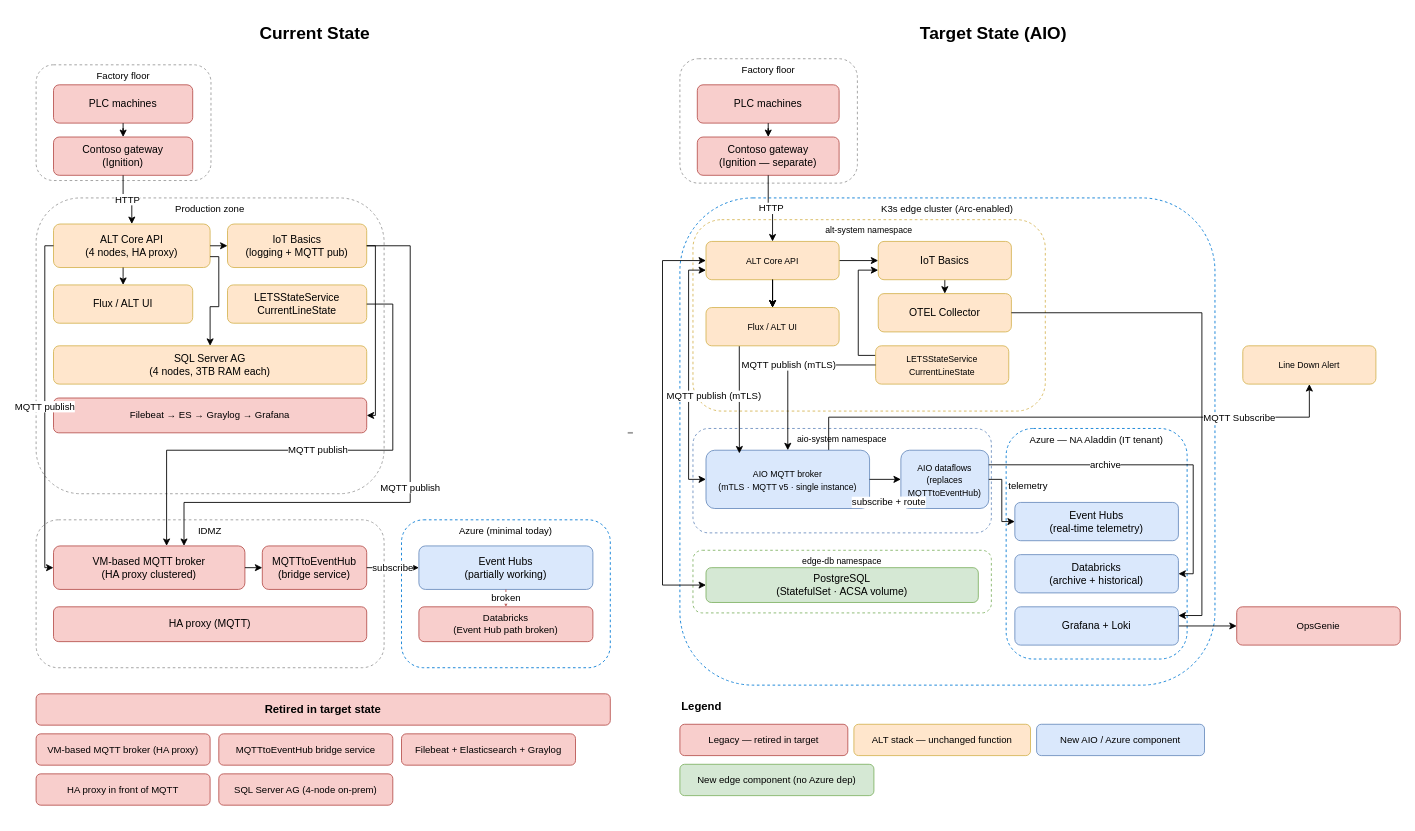
This is page "MQTT" (3 of 5) of aio/AIO.drawio from avinashr-insight/manufacturing-iot, a draw.io file, before an edit. Source tidied: cells renumbered, new cells numbered last; positions are measured from the earlier drawing's top-left corner, leaving out a move shared by most shapes. Both pictures are drawn from the tidied source at 87%, with x=0, y=0 at pixel (36, 15).
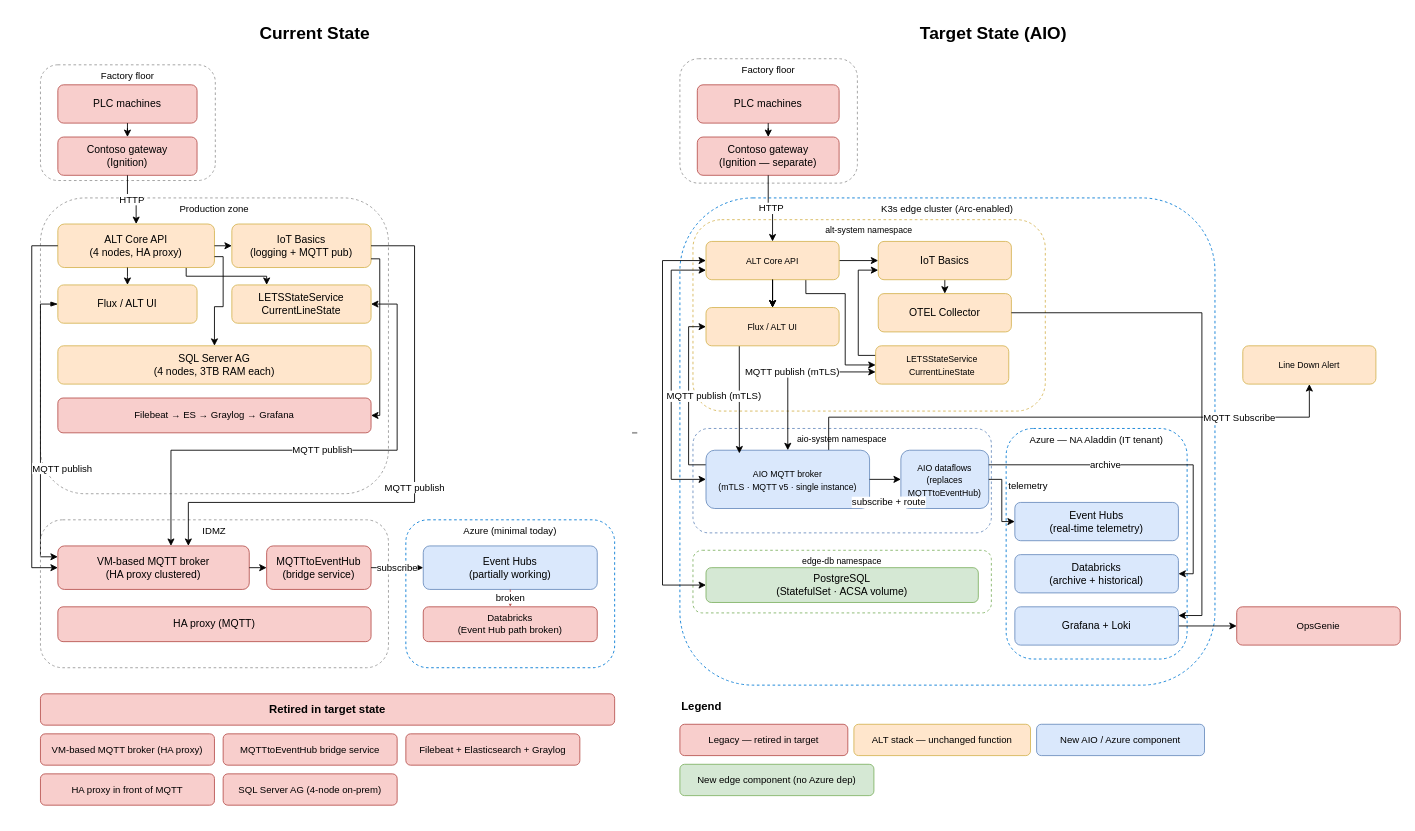
The same page after the edit.

Commit message:
More arrow cleanup

The change refers to these unchanged cells:
```xml
<mxCell id="41" value="&lt;font style=&quot;font-size: 10px;&quot;&gt;ALT Core API&lt;/font&gt;" style="rounded=1;whiteSpace=wrap;html=1;fillColor=#ffe6cc;strokeColor=#d6b656;fontSize=12;fontColor=#000000;" parent="1" vertex="1">
  <mxGeometry x="770" y="260" width="153" height="44" as="geometry" />
</mxCell>
<mxCell id="43" value="&lt;font style=&quot;font-size: 10px;&quot;&gt;LETSStateService&lt;br&gt;CurrentLineState&lt;/font&gt;" style="rounded=1;whiteSpace=wrap;html=1;fillColor=#ffe6cc;strokeColor=#d6b656;fontSize=12;fontColor=#000000;" parent="1" vertex="1">
  <mxGeometry x="965" y="380" width="153" height="44" as="geometry" />
</mxCell>
<mxCell id="48" value="&lt;span style=&quot;font-weight: normal;&quot;&gt;&lt;font style=&quot;font-size: 10px;&quot;&gt;AIO MQTT broker&lt;br&gt;(mTLS · MQTT v5 · single instance)&lt;/font&gt;&lt;/span&gt;" style="rounded=1;whiteSpace=wrap;html=1;fillColor=#dae8fc;strokeColor=#6c8ebf;fontSize=12;fontStyle=1;fontColor=#000000;" parent="1" vertex="1">
  <mxGeometry x="770" y="500" width="188" height="67" as="geometry" />
</mxCell>
<mxCell id="84" value="&lt;font style=&quot;font-size: 10px;&quot;&gt;Flux / ALT UI&lt;/font&gt;" style="rounded=1;whiteSpace=wrap;html=1;fillColor=#ffe6cc;strokeColor=#d6b656;fontSize=12;fontColor=#000000;" parent="1" vertex="1">
  <mxGeometry x="770" y="336" width="153" height="44" as="geometry" />
</mxCell>
```

What changed in the source:
```diff
@@
     <mxCell id="5" style="line;strokeColor=#999999;fillColor=none;dashed=1;strokeWidth=2;fontColor=#000000;" parent="1" vertex="1">
-      <mxGeometry x="680" y="40" width="10" height="880" as="geometry" />
+      <mxGeometry x="685" y="40" width="10" height="880" as="geometry" />
     </mxCell>
     <mxCell id="6" value="Factory floor" style="rounded=1;whiteSpace=wrap;html=1;fillColor=none;strokeColor=#999999;dashed=1;fontSize=11;verticalAlign=top;strokeWidth=1;fontColor=#000000;" parent="1" vertex="1">
-      <mxGeometry y="57" width="201" height="133" as="geometry" />
+      <mxGeometry x="5" y="57" width="201" height="133" as="geometry" />
     </mxCell>
     <mxCell id="7" value="PLC machines" style="rounded=1;whiteSpace=wrap;html=1;fillColor=#f8cecc;strokeColor=#b85450;fontSize=12;fontColor=#000000;" parent="1" vertex="1">
-      <mxGeometry x="20" y="80" width="160" height="44" as="geometry" />
+      <mxGeometry x="25" y="80" width="160" height="44" as="geometry" />
     </mxCell>
     <mxCell id="8" value="Contoso gateway&#10;(Ignition)" style="rounded=1;whiteSpace=wrap;html=1;fillColor=#f8cecc;strokeColor=#b85450;fontSize=12;fontColor=#000000;" parent="1" vertex="1">
-      <mxGeometry x="20" y="140" width="160" height="44" as="geometry" />
+      <mxGeometry x="25" y="140" width="160" height="44" as="geometry" />
     </mxCell>
     <mxCell id="9" value="Production zone" style="rounded=1;whiteSpace=wrap;html=1;fillColor=none;strokeColor=#999999;dashed=1;fontSize=11;verticalAlign=top;strokeWidth=1;fontColor=#000000;" parent="1" vertex="1">
-      <mxGeometry y="210" width="400" height="340" as="geometry" />
+      <mxGeometry x="5" y="210" width="400" height="340" as="geometry" />
     </mxCell>
+    <mxCell id="85" style="edgeStyle=orthogonalEdgeStyle;rounded=0;jettySize=auto;html=1;exitX=0.75;exitY=1;exitDx=0;exitDy=0;entryX=0.25;entryY=0;entryDx=0;entryDy=0;" parent="1" edge="1" target="13">
+      <mxGeometry relative="1" as="geometry">
+        <mxPoint x="172.5" y="290" as="sourcePoint" />
+        <Array as="points">
+          <mxPoint x="173" y="300" />
+          <mxPoint x="265" y="300" />
+        </Array>
+      </mxGeometry>
+    </mxCell>
     <mxCell id="10" value="ALT Core API&#10;(4 nodes, HA proxy)" style="rounded=1;whiteSpace=wrap;html=1;fillColor=#ffe6cc;strokeColor=#d6b656;fontSize=12;fontColor=#000000;" parent="1" vertex="1">
-      <mxGeometry x="20" y="240" width="180" height="50" as="geometry" />
+      <mxGeometry x="25" y="240" width="180" height="50" as="geometry" />
     </mxCell>
     <mxCell id="11" value="IoT Basics&#10;(logging + MQTT pub)" style="rounded=1;whiteSpace=wrap;html=1;fillColor=#ffe6cc;strokeColor=#d6b656;fontSize=12;fontColor=#000000;" parent="1" vertex="1">
-      <mxGeometry x="220" y="240" width="160" height="50" as="geometry" />
+      <mxGeometry x="225" y="240" width="160" height="50" as="geometry" />
     </mxCell>
+    <mxCell id="86" style="edgeStyle=orthogonalEdgeStyle;rounded=0;jettySize=auto;html=1;exitX=0;exitY=0.5;exitDx=0;exitDy=0;entryX=0;entryY=0.25;entryDx=0;entryDy=0;startArrow=blockThin;startFill=1;" parent="1" edge="1" source="12" target="17">
+      <mxGeometry relative="1" as="geometry" />
+    </mxCell>
     <mxCell id="12" value="Flux / ALT UI" style="rounded=1;whiteSpace=wrap;html=1;fillColor=#ffe6cc;strokeColor=#d6b656;fontSize=12;fontColor=#000000;" parent="1" vertex="1">
-      <mxGeometry x="20" y="310" width="160" height="44" as="geometry" />
+      <mxGeometry x="25" y="310" width="160" height="44" as="geometry" />
     </mxCell>
     <mxCell id="13" value="LETSStateService&#10;CurrentLineState" style="rounded=1;whiteSpace=wrap;html=1;fillColor=#ffe6cc;strokeColor=#d6b656;fontSize=12;fontColor=#000000;" parent="1" vertex="1">
-      <mxGeometry x="220" y="310" width="160" height="44" as="geometry" />
+      <mxGeometry x="225" y="310" width="160" height="44" as="geometry" />
     </mxCell>
     <mxCell id="14" value="SQL Server AG&#10;(4 nodes, 3TB RAM each)" style="rounded=1;whiteSpace=wrap;html=1;fillColor=#ffe6cc;strokeColor=#d6b656;fontSize=12;fontColor=#000000;" parent="1" vertex="1">
-      <mxGeometry x="20" y="380" width="360" height="44" as="geometry" />
+      <mxGeometry x="25" y="380" width="360" height="44" as="geometry" />
     </mxCell>
     <mxCell id="15" value="Filebeat → ES → Graylog → Grafana" style="rounded=1;whiteSpace=wrap;html=1;fillColor=#f8cecc;strokeColor=#b85450;fontSize=11;fontColor=#000000;" parent="1" vertex="1">
-      <mxGeometry x="20" y="440" width="360" height="40" as="geometry" />
+      <mxGeometry x="25" y="440" width="360" height="40" as="geometry" />
     </mxCell>
     <mxCell id="16" value="IDMZ" style="rounded=1;whiteSpace=wrap;html=1;fillColor=none;strokeColor=#999999;dashed=1;fontSize=11;verticalAlign=top;strokeWidth=1;fontColor=#000000;" parent="1" vertex="1">
-      <mxGeometry y="580" width="400" height="170" as="geometry" />
+      <mxGeometry x="5" y="580" width="400" height="170" as="geometry" />
     </mxCell>
     <mxCell id="17" value="&lt;font style=&quot;font-weight: normal; font-size: 12px;&quot;&gt;VM-based MQTT broker&lt;br&gt;(HA proxy clustered)&lt;/font&gt;" style="rounded=1;whiteSpace=wrap;html=1;fillColor=#f8cecc;strokeColor=#b85450;fontSize=12;fontStyle=1;fontColor=#000000;" parent="1" vertex="1">
-      <mxGeometry x="20" y="610" width="220" height="50" as="geometry" />
+      <mxGeometry x="25" y="610" width="220" height="50" as="geometry" />
     </mxCell>
     <mxCell id="18" value="MQTTtoEventHub&#10;(bridge service)" style="rounded=1;whiteSpace=wrap;html=1;fillColor=#f8cecc;strokeColor=#b85450;fontSize=12;fontColor=#000000;" parent="1" vertex="1">
-      <mxGeometry x="260" y="610" width="120" height="50" as="geometry" />
+      <mxGeometry x="265" y="610" width="120" height="50" as="geometry" />
     </mxCell>
     <mxCell id="19" value="HA proxy (MQTT)" style="rounded=1;whiteSpace=wrap;html=1;fillColor=#f8cecc;strokeColor=#b85450;fontSize=12;fontColor=#000000;" parent="1" vertex="1">
-      <mxGeometry x="20" y="680" width="360" height="40" as="geometry" />
+      <mxGeometry x="25" y="680" width="360" height="40" as="geometry" />
     </mxCell>
     <mxCell id="20" value="Azure (minimal today)" style="rounded=1;whiteSpace=wrap;html=1;fillColor=none;strokeColor=#0078d4;dashed=1;fontSize=11;verticalAlign=top;strokeWidth=1;fontColor=#000000;" parent="1" vertex="1">
-      <mxGeometry x="420" y="580" width="240" height="170" as="geometry" />
+      <mxGeometry x="425" y="580" width="240" height="170" as="geometry" />
     </mxCell>
     <mxCell id="21" value="Event Hubs&#10;(partially working)" style="rounded=1;whiteSpace=wrap;html=1;fillColor=#dae8fc;strokeColor=#6c8ebf;fontSize=12;fontColor=#000000;" parent="1" vertex="1">
-      <mxGeometry x="440" y="610" width="200" height="50" as="geometry" />
+      <mxGeometry x="445" y="610" width="200" height="50" as="geometry" />
     </mxCell>
     <mxCell id="22" value="Databricks&#10;(Event Hub path broken)" style="rounded=1;whiteSpace=wrap;html=1;fillColor=#f8cecc;strokeColor=#b85450;fontSize=11;fontColor=#000000;" parent="1" vertex="1">
-      <mxGeometry x="440" y="680" width="200" height="40" as="geometry" />
+      <mxGeometry x="445" y="680" width="200" height="40" as="geometry" />
     </mxCell>
@@
     <mxCell id="26" style="edgeStyle=orthogonalEdgeStyle;rounded=0;html=1;fontColor=#000000;" parent="1" edge="1" source="10" target="12">
       <mxGeometry relative="1" as="geometry">
         <Array as="points">
-          <mxPoint x="100" y="300" />
-          <mxPoint x="100" y="300" />
+          <mxPoint x="105" y="300" />
+          <mxPoint x="105" y="300" />
         </Array>
       </mxGeometry>
     </mxCell>
@@
     <mxCell id="28" style="edgeStyle=orthogonalEdgeStyle;rounded=0;html=1;fontColor=#000000;" parent="1" edge="1" source="11" target="15">
       <mxGeometry relative="1" as="geometry">
         <Array as="points">
-          <mxPoint x="390" y="265" />
-          <mxPoint x="390" y="460" />
+          <mxPoint x="395" y="280" />
+          <mxPoint x="395" y="460" />
         </Array>
       </mxGeometry>
     </mxCell>
     <mxCell id="29" value="MQTT publish" style="edgeStyle=orthogonalEdgeStyle;rounded=0;html=1;fontColor=#000000;" parent="1" edge="1" source="10" target="17">
-      <mxGeometry relative="1" as="geometry">
+      <mxGeometry x="0.33" y="35" relative="1" as="geometry">
         <Array as="points">
-          <mxPoint x="10" y="265" />
-          <mxPoint x="10" y="635" />
+          <mxPoint x="-5" y="265" />
+          <mxPoint x="-5" y="635" />
         </Array>
       </mxGeometry>
     </mxCell>
     <mxCell id="30" value="MQTT publish" style="edgeStyle=orthogonalEdgeStyle;rounded=0;html=1;fontColor=#000000;" parent="1" edge="1" source="11" target="17">
       <mxGeometry relative="1" as="geometry">
         <Array as="points">
-          <mxPoint x="430" y="265" />
-          <mxPoint x="430" y="560" />
-          <mxPoint x="170" y="560" />
+          <mxPoint x="435" y="265" />
+          <mxPoint x="435" y="560" />
+          <mxPoint x="175" y="560" />
         </Array>
       </mxGeometry>
     </mxCell>
-    <mxCell id="31" value="MQTT publish" style="edgeStyle=orthogonalEdgeStyle;rounded=0;html=1;fontColor=#000000;" parent="1" edge="1" source="13" target="17">
+    <mxCell id="31" value="MQTT publish" style="edgeStyle=orthogonalEdgeStyle;rounded=0;html=1;fontColor=#000000;startArrow=classic;startFill=1;" parent="1" edge="1" source="13" target="17">
       <mxGeometry relative="1" as="geometry">
         <Array as="points">
-          <mxPoint x="410" y="332" />
-          <mxPoint x="410" y="500" />
-          <mxPoint x="150" y="500" />
+          <mxPoint x="415" y="332" />
+          <mxPoint x="415" y="500" />
+          <mxPoint x="155" y="500" />
         </Array>
       </mxGeometry>
     </mxCell>
@@
     <mxCell id="40" style="edgeStyle=orthogonalEdgeStyle;rounded=0;jettySize=auto;html=1;exitX=0;exitY=0.75;exitDx=0;exitDy=0;entryX=0;entryY=0.5;entryDx=0;entryDy=0;startArrow=classic;startFill=1;" parent="1" edge="1" source="41" target="48">
-      <mxGeometry relative="1" as="geometry" />
+      <mxGeometry relative="1" as="geometry">
+        <Array as="points">
+          <mxPoint x="730" y="293" />
+          <mxPoint x="730" y="534" />
+        </Array>
+      </mxGeometry>
     </mxCell>
+    <mxCell id="87" style="edgeStyle=orthogonalEdgeStyle;rounded=0;jettySize=auto;html=1;exitX=0.75;exitY=1;exitDx=0;exitDy=0;entryX=0;entryY=0.5;entryDx=0;entryDy=0;" parent="1" edge="1" source="41" target="43">
+      <mxGeometry relative="1" as="geometry">
+        <Array as="points">
+          <mxPoint x="885" y="320" />
+          <mxPoint x="930" y="320" />
+          <mxPoint x="930" y="402" />
+        </Array>
+      </mxGeometry>
+    </mxCell>
@@
+    <mxCell id="88" style="edgeStyle=orthogonalEdgeStyle;rounded=0;jettySize=auto;html=1;exitX=0;exitY=0.25;exitDx=0;exitDy=0;entryX=0;entryY=0.5;entryDx=0;entryDy=0;" parent="1" edge="1" source="48" target="84">
+      <mxGeometry relative="1" as="geometry" />
+    </mxCell>
@@
-    <mxCell id="61" value="MQTT publish (mTLS)" style="edgeStyle=orthogonalEdgeStyle;rounded=0;html=1;fontColor=#000000;" parent="1" edge="1" source="43" target="48">
-      <mxGeometry relative="1" as="geometry" />
+    <mxCell id="61" value="MQTT publish (mTLS)" style="edgeStyle=orthogonalEdgeStyle;rounded=0;html=1;fontColor=#000000;startArrow=classic;startFill=1;" parent="1" edge="1" source="43" target="48">
+      <mxGeometry relative="1" as="geometry">
+        <Array as="points">
+          <mxPoint x="864" y="410" />
+        </Array>
+      </mxGeometry>
     </mxCell>
@@
     <mxCell id="67" value="Retired in target state" style="rounded=1;whiteSpace=wrap;html=1;fillColor=#f8cecc;strokeColor=#b85450;fontSize=13;fontStyle=1;fontColor=#000000;" parent="1" vertex="1">
-      <mxGeometry y="780" width="660" height="36" as="geometry" />
+      <mxGeometry x="5" y="780" width="660" height="36" as="geometry" />
     </mxCell>
     <mxCell id="68" value="VM-based MQTT broker (HA proxy)" style="rounded=1;whiteSpace=wrap;html=1;fillColor=#f8cecc;strokeColor=#b85450;fontSize=11;fontColor=#000000;" parent="1" vertex="1">
-      <mxGeometry y="826" width="200" height="36" as="geometry" />
+      <mxGeometry x="5" y="826" width="200" height="36" as="geometry" />
     </mxCell>
     <mxCell id="69" value="MQTTtoEventHub bridge service" style="rounded=1;whiteSpace=wrap;html=1;fillColor=#f8cecc;strokeColor=#b85450;fontSize=11;fontColor=#000000;" parent="1" vertex="1">
-      <mxGeometry x="210" y="826" width="200" height="36" as="geometry" />
+      <mxGeometry x="215" y="826" width="200" height="36" as="geometry" />
     </mxCell>
     <mxCell id="70" value="Filebeat + Elasticsearch + Graylog" style="rounded=1;whiteSpace=wrap;html=1;fillColor=#f8cecc;strokeColor=#b85450;fontSize=11;fontColor=#000000;" parent="1" vertex="1">
-      <mxGeometry x="420" y="826" width="200" height="36" as="geometry" />
+      <mxGeometry x="425" y="826" width="200" height="36" as="geometry" />
     </mxCell>
     <mxCell id="71" value="HA proxy in front of MQTT" style="rounded=1;whiteSpace=wrap;html=1;fillColor=#f8cecc;strokeColor=#b85450;fontSize=11;fontColor=#000000;" parent="1" vertex="1">
-      <mxGeometry y="872" width="200" height="36" as="geometry" />
+      <mxGeometry x="5" y="872" width="200" height="36" as="geometry" />
     </mxCell>
     <mxCell id="72" value="SQL Server AG (4-node on-prem)" style="rounded=1;whiteSpace=wrap;html=1;fillColor=#f8cecc;strokeColor=#b85450;fontSize=11;fontColor=#000000;" parent="1" vertex="1">
-      <mxGeometry x="210" y="872" width="200" height="36" as="geometry" />
+      <mxGeometry x="215" y="872" width="200" height="36" as="geometry" />
     </mxCell>
```
